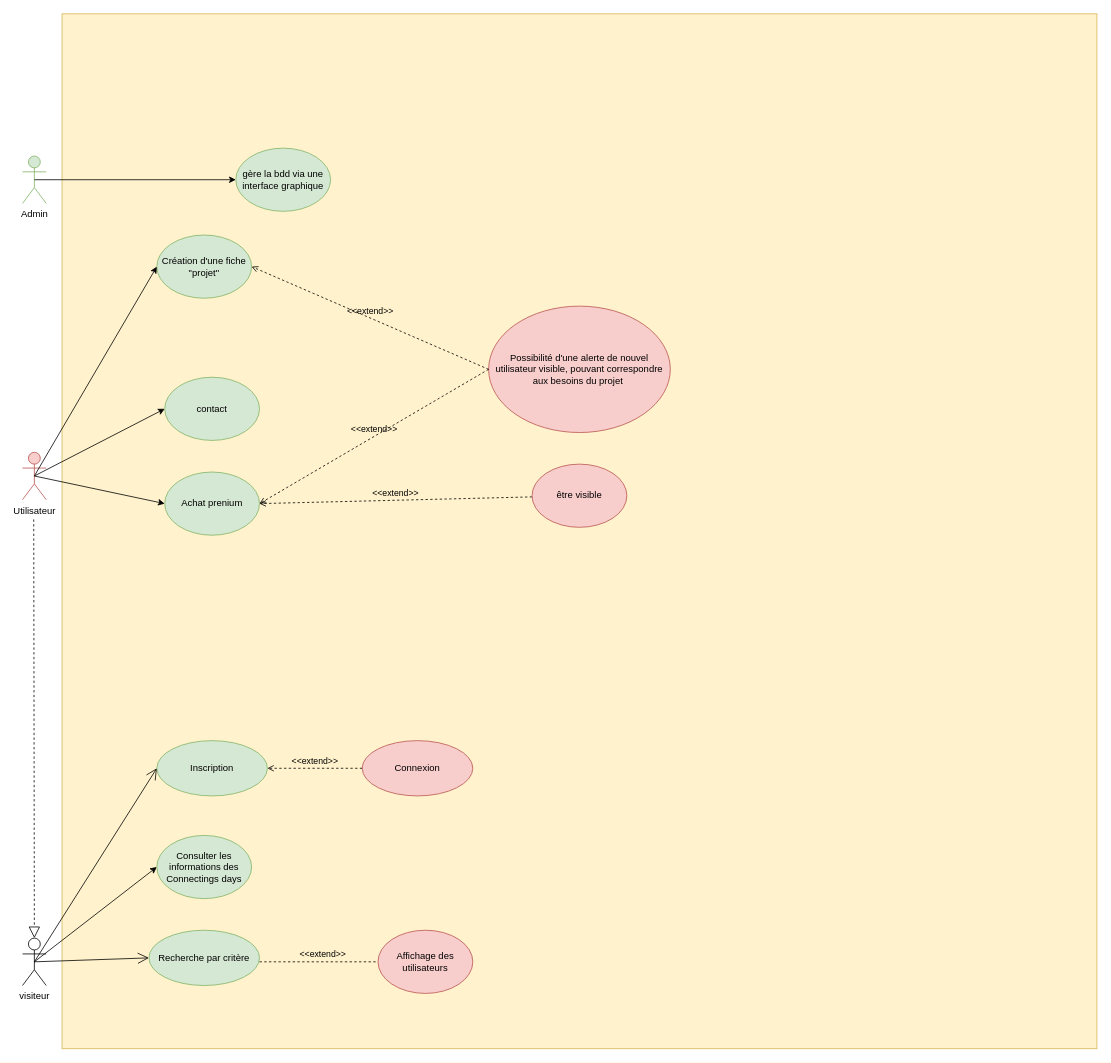
The draw.io diagram DiagrammeCasUtilisations.drawio in alnarolekoala/ProjetStage, before the edit. Source tidied: cells renumbered, new cells numbered last; positions are measured from the earlier drawing's top-left corner, leaving out a move shared by most shapes. Both pictures are drawn from the tidied source at 79%, with x=0, y=0 at pixel (22, 13).
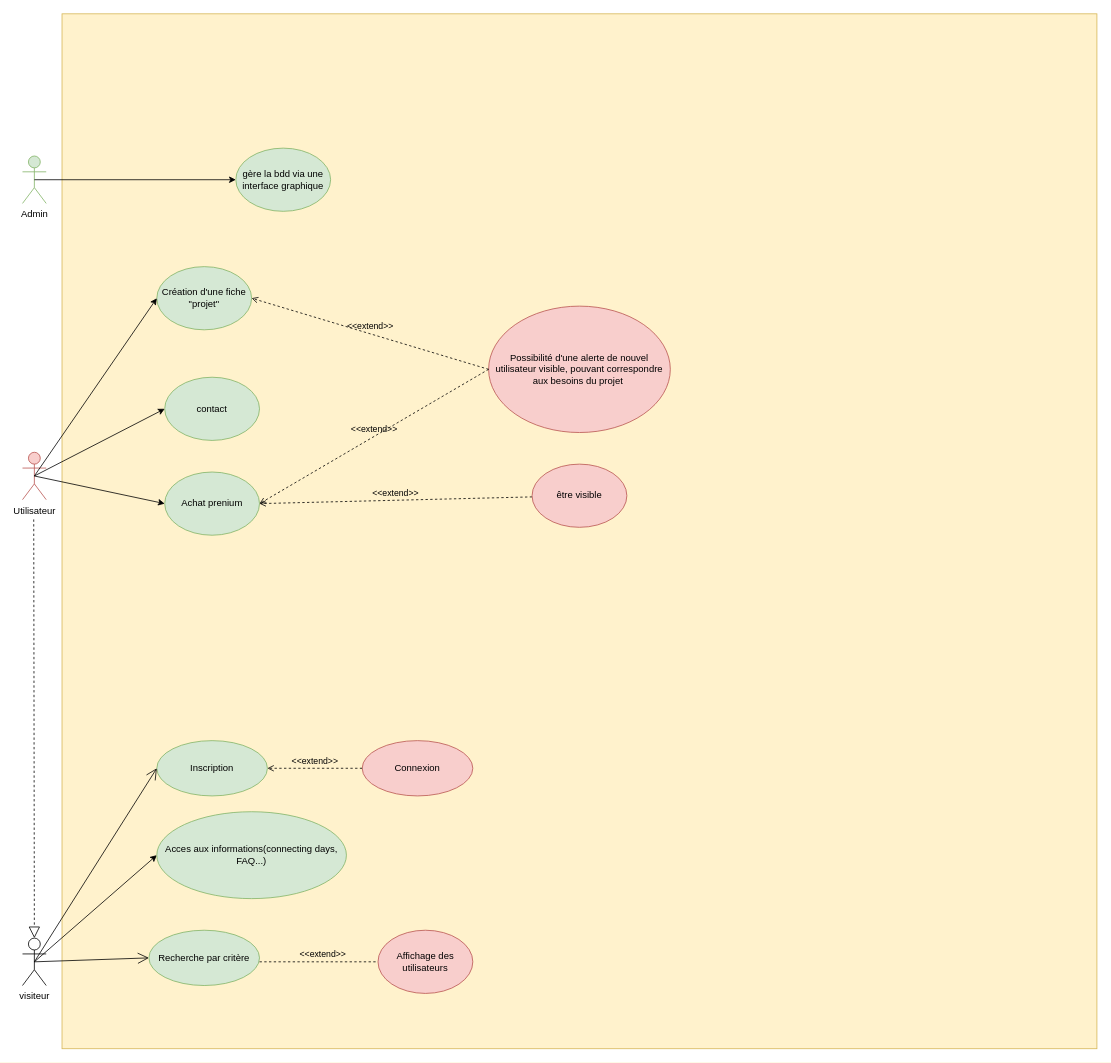
The same diagram, later.

Diff of the diagram source:
```diff
@@
-    <mxCell id="19" value="Consulter les informations des Connectings days" style="ellipse;whiteSpace=wrap;html=1;fillColor=#d5e8d4;strokeColor=#82b366;" parent="1" vertex="1">
-      <mxGeometry x="170" y="1040" width="120" height="80" as="geometry" />
+    <mxCell id="19" value="Acces aux informations(connecting days, FAQ...)" style="ellipse;whiteSpace=wrap;html=1;fillColor=#d5e8d4;strokeColor=#82b366;" parent="1" vertex="1">
+      <mxGeometry x="170" y="1010" width="240" height="110" as="geometry" />
     </mxCell>
@@
     <mxCell id="23" value="Création d'une fiche &quot;projet&quot;" style="ellipse;whiteSpace=wrap;html=1;fillColor=#d5e8d4;strokeColor=#82b366;" parent="1" vertex="1">
-      <mxGeometry x="170" y="280" width="120" height="80" as="geometry" />
+      <mxGeometry x="170" y="320" width="120" height="80" as="geometry" />
     </mxCell>
```
